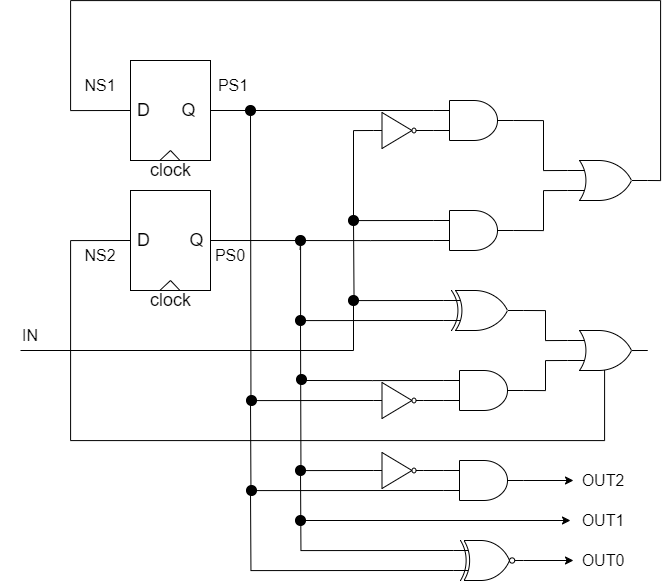
Before: blog/computer-base/Fundamentals-of-Computer-Architecture-and-Design/2/moore-machine-logic-circuit.png, a diagram exported from draw.io (zgjsxx/static-img-repo). Source tidied: cells renumbered, new cells last; positions are measured from the earlier drawing's top-left corner, leaving out a move shared by most shapes. Source of this version:
```xml
<mxGraphModel>
  <root>
    <mxCell id="0" />
    <mxCell id="1" parent="0" />
    <mxCell id="2" value="&lt;font style=&quot;font-size: 18px&quot;&gt;clock&lt;/font&gt;" style="text;html=1;align=center;verticalAlign=middle;fillColor=none;strokeColor=none;rounded=0;" parent="1" vertex="1">
      <mxGeometry x="140" y="160" width="60" height="20" as="geometry" />
    </mxCell>
    <mxCell id="3" style="rounded=0;whiteSpace=wrap;html=1;" parent="1" vertex="1">
      <mxGeometry x="130" y="60" width="80" height="100" as="geometry" />
    </mxCell>
    <mxCell id="4" value="&lt;font style=&quot;font-size: 18px&quot;&gt;D&lt;/font&gt;" style="text;html=1;align=center;verticalAlign=middle;fillColor=none;strokeColor=none;rounded=0;" parent="1" vertex="1">
      <mxGeometry x="128" y="100" width="30" height="20" as="geometry" />
    </mxCell>
    <mxCell id="5" value="&lt;font style=&quot;font-size: 18px&quot;&gt;Q&lt;/font&gt;" style="text;html=1;align=center;verticalAlign=middle;fillColor=none;strokeColor=none;rounded=0;" parent="1" vertex="1">
      <mxGeometry x="173" y="100" width="30" height="20" as="geometry" />
    </mxCell>
    <mxCell id="6" style="endArrow=none;html=1;rounded=0;entryX=0.369;entryY=0.998;entryDx=0;entryDy=0;entryPerimeter=0;exitX=0.5;exitY=0.9;exitDx=0;exitDy=0;exitPerimeter=0;" parent="1" edge="1" source="3" target="3">
      <mxGeometry relative="1" as="geometry" />
    </mxCell>
    <mxCell id="7" style="endArrow=none;html=1;rounded=0;entryX=0.62;entryY=1.001;entryDx=0;entryDy=0;entryPerimeter=0;" parent="1" edge="1" target="3">
      <mxGeometry relative="1" as="geometry">
        <mxPoint x="170" y="150" as="sourcePoint" />
      </mxGeometry>
    </mxCell>
    <mxCell id="8" style="endArrow=none;html=1;rounded=0;exitX=1;exitY=0.5;exitDx=0;exitDy=0;entryX=0;entryY=0.25;entryDx=0;entryDy=0;entryPerimeter=0;" parent="1" edge="1" source="3" target="12">
      <mxGeometry relative="1" as="geometry" />
    </mxCell>
    <mxCell id="9" style="endArrow=none;html=1;rounded=0;exitX=1;exitY=0.5;exitDx=0;exitDy=0;" parent="1" edge="1">
      <mxGeometry relative="1" as="geometry">
        <mxPoint x="416" y="130" as="sourcePoint" />
        <mxPoint x="433" y="130" as="targetPoint" />
      </mxGeometry>
    </mxCell>
    <mxCell id="10" style="edgeStyle=orthogonalEdgeStyle;rounded=0;jettySize=auto;html=1;exitX=1;exitY=0.5;exitDx=0;exitDy=0;exitPerimeter=0;entryX=0;entryY=0.5;entryDx=0;entryDy=0;endArrow=none;endFill=0;" parent="1" edge="1" source="11" target="3">
      <mxGeometry relative="1" as="geometry">
        <Array as="points">
          <mxPoint x="660" y="180" />
          <mxPoint x="660" />
          <mxPoint x="70" />
          <mxPoint x="70" y="110" />
        </Array>
      </mxGeometry>
    </mxCell>
    <mxCell id="11" style="verticalLabelPosition=bottom;shadow=0;dashed=0;align=center;html=1;verticalAlign=top;shape=mxgraph.electrical.logic_gates.logic_gate;operation=or;" parent="1" vertex="1">
      <mxGeometry x="567" y="160" width="80" height="40" as="geometry" />
    </mxCell>
    <mxCell id="12" style="verticalLabelPosition=bottom;shadow=0;dashed=0;align=center;html=1;verticalAlign=top;shape=mxgraph.electrical.logic_gates.logic_gate;operation=and;" parent="1" vertex="1">
      <mxGeometry x="433" y="100" width="80" height="40" as="geometry" />
    </mxCell>
    <mxCell id="13" style="verticalLabelPosition=bottom;shadow=0;dashed=0;align=center;html=1;verticalAlign=top;shape=mxgraph.electrical.logic_gates.logic_gate;operation=and;" parent="1" vertex="1">
      <mxGeometry x="433" y="210" width="80" height="40" as="geometry" />
    </mxCell>
    <mxCell id="14" style="edgeStyle=orthogonalEdgeStyle;rounded=0;jettySize=auto;html=1;exitX=1;exitY=0.5;exitDx=0;exitDy=0;exitPerimeter=0;entryX=0;entryY=0.25;entryDx=0;entryDy=0;entryPerimeter=0;endArrow=none;endFill=0;" parent="1" edge="1" source="12" target="11">
      <mxGeometry relative="1" as="geometry">
        <Array as="points">
          <mxPoint x="543" y="120" />
          <mxPoint x="543" y="170" />
        </Array>
      </mxGeometry>
    </mxCell>
    <mxCell id="15" style="edgeStyle=orthogonalEdgeStyle;rounded=0;jettySize=auto;html=1;exitX=1;exitY=0.5;exitDx=0;exitDy=0;exitPerimeter=0;entryX=0;entryY=0.75;entryDx=0;entryDy=0;entryPerimeter=0;endArrow=none;endFill=0;" parent="1" edge="1" source="13" target="11">
      <mxGeometry relative="1" as="geometry">
        <Array as="points">
          <mxPoint x="543" y="230" />
          <mxPoint x="543" y="190" />
        </Array>
      </mxGeometry>
    </mxCell>
    <mxCell id="16" style="verticalLabelPosition=bottom;shadow=0;dashed=0;align=center;html=1;verticalAlign=top;shape=mxgraph.electrical.logic_gates.inverter_2;" parent="1" vertex="1">
      <mxGeometry x="373" y="112" width="50" height="36" as="geometry" />
    </mxCell>
    <mxCell id="17" style="edgeStyle=orthogonalEdgeStyle;rounded=0;jettySize=auto;html=1;exitX=0;exitY=0.25;exitDx=0;exitDy=0;exitPerimeter=0;endArrow=none;endFill=0;" parent="1" edge="1" source="19">
      <mxGeometry relative="1" as="geometry">
        <mxPoint x="353" y="220" as="targetPoint" />
      </mxGeometry>
    </mxCell>
    <mxCell id="18" style="edgeStyle=orthogonalEdgeStyle;rounded=0;jettySize=auto;html=1;exitX=0;exitY=0.75;exitDx=0;exitDy=0;exitPerimeter=0;endArrow=none;endFill=0;entryX=0.456;entryY=1.449;entryDx=0;entryDy=0;entryPerimeter=0;" parent="1" edge="1" source="19" target="59">
      <mxGeometry relative="1" as="geometry">
        <Array as="points">
          <mxPoint x="300" y="320" />
          <mxPoint x="300" y="240" />
        </Array>
      </mxGeometry>
    </mxCell>
    <mxCell id="19" style="verticalLabelPosition=bottom;shadow=0;dashed=0;align=center;html=1;verticalAlign=top;shape=mxgraph.electrical.logic_gates.logic_gate;operation=xor;" parent="1" vertex="1">
      <mxGeometry x="443" y="290" width="80" height="40" as="geometry" />
    </mxCell>
    <mxCell id="20" value="&lt;font style=&quot;font-size: 18px&quot;&gt;clock&lt;/font&gt;" style="text;html=1;align=center;verticalAlign=middle;fillColor=none;strokeColor=none;rounded=0;" parent="1" vertex="1">
      <mxGeometry x="140" y="290" width="60" height="20" as="geometry" />
    </mxCell>
    <mxCell id="21" style="rounded=0;whiteSpace=wrap;html=1;" parent="1" vertex="1">
      <mxGeometry x="130" y="190" width="80" height="100" as="geometry" />
    </mxCell>
    <mxCell id="22" value="&lt;font style=&quot;font-size: 18px&quot;&gt;D&lt;/font&gt;" style="text;html=1;align=center;verticalAlign=middle;fillColor=none;strokeColor=none;rounded=0;" parent="1" vertex="1">
      <mxGeometry x="128" y="230" width="30" height="20" as="geometry" />
    </mxCell>
    <mxCell id="23" value="&lt;font style=&quot;font-size: 18px&quot;&gt;Q&lt;/font&gt;" style="text;html=1;align=center;verticalAlign=middle;fillColor=none;strokeColor=none;rounded=0;" parent="1" vertex="1">
      <mxGeometry x="181" y="230" width="30" height="20" as="geometry" />
    </mxCell>
    <mxCell id="24" style="endArrow=none;html=1;rounded=0;entryX=0.369;entryY=0.998;entryDx=0;entryDy=0;entryPerimeter=0;exitX=0.5;exitY=0.9;exitDx=0;exitDy=0;exitPerimeter=0;" parent="1" edge="1" source="21" target="21">
      <mxGeometry relative="1" as="geometry" />
    </mxCell>
    <mxCell id="25" style="endArrow=none;html=1;rounded=0;entryX=0.62;entryY=1.001;entryDx=0;entryDy=0;entryPerimeter=0;" parent="1" edge="1" target="21">
      <mxGeometry relative="1" as="geometry">
        <mxPoint x="170" y="280" as="sourcePoint" />
      </mxGeometry>
    </mxCell>
    <mxCell id="26" style="edgeStyle=orthogonalEdgeStyle;rounded=0;jettySize=auto;html=1;exitX=0;exitY=0.75;exitDx=0;exitDy=0;exitPerimeter=0;entryX=1;entryY=0.5;entryDx=0;entryDy=0;endArrow=none;endFill=0;" parent="1" edge="1" source="13" target="21">
      <mxGeometry relative="1" as="geometry">
        <Array as="points">
          <mxPoint x="370" y="240" />
          <mxPoint x="370" y="240" />
        </Array>
      </mxGeometry>
    </mxCell>
    <mxCell id="27" style="edgeStyle=orthogonalEdgeStyle;rounded=0;jettySize=auto;html=1;exitX=0;exitY=0.25;exitDx=0;exitDy=0;exitPerimeter=0;entryX=0;entryY=0.5;entryDx=0;entryDy=0;entryPerimeter=0;endArrow=none;endFill=0;" parent="1" edge="1" source="13" target="16">
      <mxGeometry relative="1" as="geometry" />
    </mxCell>
    <mxCell id="28" style="edgeStyle=orthogonalEdgeStyle;rounded=0;jettySize=auto;html=1;exitX=0;exitY=0.25;exitDx=0;exitDy=0;exitPerimeter=0;endArrow=none;endFill=0;" parent="1" edge="1" source="29">
      <mxGeometry relative="1" as="geometry">
        <mxPoint x="300" y="380" as="targetPoint" />
      </mxGeometry>
    </mxCell>
    <mxCell id="29" style="verticalLabelPosition=bottom;shadow=0;dashed=0;align=center;html=1;verticalAlign=top;shape=mxgraph.electrical.logic_gates.logic_gate;operation=and;" parent="1" vertex="1">
      <mxGeometry x="443" y="370" width="80" height="40" as="geometry" />
    </mxCell>
    <mxCell id="30" style="edgeStyle=orthogonalEdgeStyle;rounded=0;jettySize=auto;html=1;exitX=1;exitY=0.5;exitDx=0;exitDy=0;exitPerimeter=0;entryX=0;entryY=0.5;entryDx=0;entryDy=0;endArrow=none;endFill=0;" parent="1" edge="1" source="31" target="21">
      <mxGeometry relative="1" as="geometry">
        <Array as="points">
          <mxPoint x="604" y="350" />
          <mxPoint x="604" y="440" />
          <mxPoint x="70" y="440" />
          <mxPoint x="70" y="240" />
        </Array>
      </mxGeometry>
    </mxCell>
    <mxCell id="31" style="verticalLabelPosition=bottom;shadow=0;dashed=0;align=center;html=1;verticalAlign=top;shape=mxgraph.electrical.logic_gates.logic_gate;operation=or;" parent="1" vertex="1">
      <mxGeometry x="567" y="330" width="80" height="40" as="geometry" />
    </mxCell>
    <mxCell id="32" style="edgeStyle=orthogonalEdgeStyle;rounded=0;jettySize=auto;html=1;exitX=1;exitY=0.5;exitDx=0;exitDy=0;exitPerimeter=0;entryX=0;entryY=0.25;entryDx=0;entryDy=0;entryPerimeter=0;endArrow=none;endFill=0;" parent="1" edge="1" source="19" target="31">
      <mxGeometry relative="1" as="geometry" />
    </mxCell>
    <mxCell id="33" style="edgeStyle=orthogonalEdgeStyle;rounded=0;jettySize=auto;html=1;exitX=1;exitY=0.5;exitDx=0;exitDy=0;exitPerimeter=0;entryX=0;entryY=0.75;entryDx=0;entryDy=0;entryPerimeter=0;endArrow=none;endFill=0;" parent="1" edge="1" source="29" target="31">
      <mxGeometry relative="1" as="geometry" />
    </mxCell>
    <mxCell id="34" style="edgeStyle=orthogonalEdgeStyle;rounded=0;jettySize=auto;html=1;endArrow=none;endFill=0;exitX=0;exitY=0.5;exitDx=0;exitDy=0;exitPerimeter=0;" parent="1" edge="1" source="35">
      <mxGeometry relative="1" as="geometry">
        <mxPoint x="250" y="110" as="targetPoint" />
      </mxGeometry>
    </mxCell>
    <mxCell id="35" style="verticalLabelPosition=bottom;shadow=0;dashed=0;align=center;html=1;verticalAlign=top;shape=mxgraph.electrical.logic_gates.inverter_2;" parent="1" vertex="1">
      <mxGeometry x="373" y="382" width="50" height="36" as="geometry" />
    </mxCell>
    <mxCell id="36" style="edgeStyle=orthogonalEdgeStyle;rounded=0;jettySize=auto;html=1;exitX=0;exitY=0.75;exitDx=0;exitDy=0;exitPerimeter=0;entryX=1;entryY=0.5;entryDx=0;entryDy=0;entryPerimeter=0;endArrow=none;endFill=0;" parent="1" edge="1" source="29" target="35">
      <mxGeometry relative="1" as="geometry" />
    </mxCell>
    <mxCell id="37" style="edgeStyle=orthogonalEdgeStyle;rounded=0;jettySize=auto;html=1;exitX=1;exitY=0.5;exitDx=0;exitDy=0;exitPerimeter=0;entryX=0;entryY=0.5;entryDx=0;entryDy=0;" parent="1" edge="1" source="39" target="47">
      <mxGeometry relative="1" as="geometry" />
    </mxCell>
    <mxCell id="38" style="edgeStyle=orthogonalEdgeStyle;rounded=0;jettySize=auto;html=1;exitX=0;exitY=0.75;exitDx=0;exitDy=0;exitPerimeter=0;endArrow=none;endFill=0;" parent="1" edge="1" source="39">
      <mxGeometry relative="1" as="geometry">
        <mxPoint x="250" y="400" as="targetPoint" />
      </mxGeometry>
    </mxCell>
    <mxCell id="39" style="verticalLabelPosition=bottom;shadow=0;dashed=0;align=center;html=1;verticalAlign=top;shape=mxgraph.electrical.logic_gates.logic_gate;operation=and;" parent="1" vertex="1">
      <mxGeometry x="443" y="460" width="80" height="40" as="geometry" />
    </mxCell>
    <mxCell id="40" style="edgeStyle=orthogonalEdgeStyle;rounded=0;jettySize=auto;html=1;exitX=0;exitY=0.5;exitDx=0;exitDy=0;exitPerimeter=0;endArrow=none;endFill=0;" parent="1" edge="1" source="41">
      <mxGeometry relative="1" as="geometry">
        <mxPoint x="300" y="320" as="targetPoint" />
      </mxGeometry>
    </mxCell>
    <mxCell id="41" style="verticalLabelPosition=bottom;shadow=0;dashed=0;align=center;html=1;verticalAlign=top;shape=mxgraph.electrical.logic_gates.inverter_2;" parent="1" vertex="1">
      <mxGeometry x="373" y="452" width="50" height="36" as="geometry" />
    </mxCell>
    <mxCell id="42" style="edgeStyle=orthogonalEdgeStyle;rounded=0;jettySize=auto;html=1;exitX=0;exitY=0.25;exitDx=0;exitDy=0;exitPerimeter=0;entryX=1;entryY=0.5;entryDx=0;entryDy=0;entryPerimeter=0;endArrow=none;endFill=0;" parent="1" edge="1" source="39" target="41">
      <mxGeometry relative="1" as="geometry" />
    </mxCell>
    <mxCell id="43" style="edgeStyle=orthogonalEdgeStyle;rounded=0;jettySize=auto;html=1;exitX=1;exitY=0.5;exitDx=0;exitDy=0;exitPerimeter=0;entryX=0;entryY=0.5;entryDx=0;entryDy=0;" parent="1" edge="1" source="46" target="49">
      <mxGeometry relative="1" as="geometry" />
    </mxCell>
    <mxCell id="44" style="edgeStyle=orthogonalEdgeStyle;rounded=0;jettySize=auto;html=1;exitX=0;exitY=0.25;exitDx=0;exitDy=0;exitPerimeter=0;endArrow=none;endFill=0;" parent="1" edge="1" source="46">
      <mxGeometry relative="1" as="geometry">
        <mxPoint x="300" y="470" as="targetPoint" />
      </mxGeometry>
    </mxCell>
    <mxCell id="45" style="edgeStyle=orthogonalEdgeStyle;rounded=0;jettySize=auto;html=1;exitX=0;exitY=0.75;exitDx=0;exitDy=0;exitPerimeter=0;endArrow=none;endFill=0;" parent="1" edge="1" source="46">
      <mxGeometry relative="1" as="geometry">
        <mxPoint x="250" y="490" as="targetPoint" />
      </mxGeometry>
    </mxCell>
    <mxCell id="46" style="verticalLabelPosition=bottom;shadow=0;dashed=0;align=center;html=1;verticalAlign=top;shape=mxgraph.electrical.logic_gates.logic_gate;operation=xor;negating=1;negSize=0.15;" parent="1" vertex="1">
      <mxGeometry x="453" y="540" width="70" height="40" as="geometry" />
    </mxCell>
    <mxCell id="47" value="&lt;font style=&quot;font-size: 16px;&quot;&gt;OUT2&lt;/font&gt;" style="text;strokeColor=none;align=center;fillColor=none;html=1;verticalAlign=middle;whiteSpace=wrap;rounded=0;" parent="1" vertex="1">
      <mxGeometry x="573" y="465" width="60" height="30" as="geometry" />
    </mxCell>
    <mxCell id="48" value="&lt;font style=&quot;font-size: 16px;&quot;&gt;OUT1&lt;/font&gt;" style="text;strokeColor=none;align=center;fillColor=none;html=1;verticalAlign=middle;whiteSpace=wrap;rounded=0;" parent="1" vertex="1">
      <mxGeometry x="573" y="505" width="60" height="30" as="geometry" />
    </mxCell>
    <mxCell id="49" value="&lt;font style=&quot;font-size: 16px;&quot;&gt;OUT0&lt;/font&gt;" style="text;strokeColor=none;align=center;fillColor=none;html=1;verticalAlign=middle;whiteSpace=wrap;rounded=0;" parent="1" vertex="1">
      <mxGeometry x="573" y="545" width="60" height="30" as="geometry" />
    </mxCell>
    <mxCell id="50" value="&lt;font style=&quot;font-size: 16px;&quot;&gt;NS1&lt;/font&gt;" style="text;strokeColor=none;align=center;fillColor=none;html=1;verticalAlign=middle;whiteSpace=wrap;rounded=0;" parent="1" vertex="1">
      <mxGeometry x="70" y="70" width="60" height="30" as="geometry" />
    </mxCell>
    <mxCell id="51" value="&lt;font style=&quot;font-size: 16px;&quot;&gt;PS1&lt;/font&gt;" style="text;strokeColor=none;align=center;fillColor=none;html=1;verticalAlign=middle;whiteSpace=wrap;rounded=0;" parent="1" vertex="1">
      <mxGeometry x="203" y="70" width="60" height="30" as="geometry" />
    </mxCell>
    <mxCell id="52" value="&lt;font style=&quot;font-size: 16px;&quot;&gt;NS2&lt;/font&gt;" style="text;strokeColor=none;align=center;fillColor=none;html=1;verticalAlign=middle;whiteSpace=wrap;rounded=0;" parent="1" vertex="1">
      <mxGeometry x="70" y="240" width="60" height="30" as="geometry" />
    </mxCell>
    <mxCell id="53" value="&lt;font style=&quot;font-size: 16px;&quot;&gt;PS0&lt;/font&gt;" style="text;strokeColor=none;align=center;fillColor=none;html=1;verticalAlign=middle;whiteSpace=wrap;rounded=0;" parent="1" vertex="1">
      <mxGeometry x="200" y="240" width="60" height="30" as="geometry" />
    </mxCell>
    <mxCell id="54" style="endArrow=none;html=1;rounded=0;" parent="1" edge="1">
      <mxGeometry relative="1" as="geometry">
        <mxPoint x="20" y="350" as="sourcePoint" />
        <mxPoint x="353" y="350" as="targetPoint" />
      </mxGeometry>
    </mxCell>
    <mxCell id="55" value="&lt;font style=&quot;font-size: 16px;&quot;&gt;IN&lt;/font&gt;" style="text;strokeColor=none;align=center;fillColor=none;html=1;verticalAlign=middle;whiteSpace=wrap;rounded=0;" parent="1" vertex="1">
      <mxGeometry y="320" width="60" height="30" as="geometry" />
    </mxCell>
    <mxCell id="56" style="endArrow=classic;html=1;rounded=0;" parent="1" edge="1">
      <mxGeometry relative="1" as="geometry">
        <mxPoint x="300" y="520" as="sourcePoint" />
        <mxPoint x="570" y="520" as="targetPoint" />
      </mxGeometry>
    </mxCell>
    <mxCell id="57" style="ellipse;whiteSpace=wrap;html=1;fillColor=#000000;" parent="1" vertex="1">
      <mxGeometry x="245" y="105" width="10" height="10" as="geometry" />
    </mxCell>
    <mxCell id="58" style="ellipse;whiteSpace=wrap;html=1;fillColor=#000000;" parent="1" vertex="1">
      <mxGeometry x="348" y="215" width="10" height="10" as="geometry" />
    </mxCell>
    <mxCell id="59" style="ellipse;whiteSpace=wrap;html=1;fillColor=#000000;" parent="1" vertex="1">
      <mxGeometry x="295" y="235" width="10" height="10" as="geometry" />
    </mxCell>
    <mxCell id="60" style="ellipse;whiteSpace=wrap;html=1;fillColor=#000000;" parent="1" vertex="1">
      <mxGeometry x="348" y="295" width="10" height="10" as="geometry" />
    </mxCell>
    <mxCell id="61" style="ellipse;whiteSpace=wrap;html=1;fillColor=#000000;" parent="1" vertex="1">
      <mxGeometry x="295" y="315" width="10" height="10" as="geometry" />
    </mxCell>
    <mxCell id="62" style="ellipse;whiteSpace=wrap;html=1;fillColor=#000000;" parent="1" vertex="1">
      <mxGeometry x="246" y="395" width="10" height="10" as="geometry" />
    </mxCell>
    <mxCell id="63" style="ellipse;whiteSpace=wrap;html=1;fillColor=#000000;" parent="1" vertex="1">
      <mxGeometry x="246" y="485" width="10" height="10" as="geometry" />
    </mxCell>
    <mxCell id="64" style="ellipse;whiteSpace=wrap;html=1;fillColor=#000000;" parent="1" vertex="1">
      <mxGeometry x="295" y="465" width="10" height="10" as="geometry" />
    </mxCell>
    <mxCell id="65" style="ellipse;whiteSpace=wrap;html=1;fillColor=#000000;" parent="1" vertex="1">
      <mxGeometry x="295" y="515" width="10" height="10" as="geometry" />
    </mxCell>
    <mxCell id="66" style="endArrow=none;html=1;rounded=0;entryX=0.5;entryY=1;entryDx=0;entryDy=0;" parent="1" edge="1" target="60">
      <mxGeometry relative="1" as="geometry">
        <mxPoint x="353" y="350" as="sourcePoint" />
      </mxGeometry>
    </mxCell>
    <mxCell id="67" style="ellipse;whiteSpace=wrap;html=1;fillColor=#000000;" parent="1" vertex="1">
      <mxGeometry x="296" y="374" width="10" height="10" as="geometry" />
    </mxCell>
  </root>
</mxGraphModel>
```
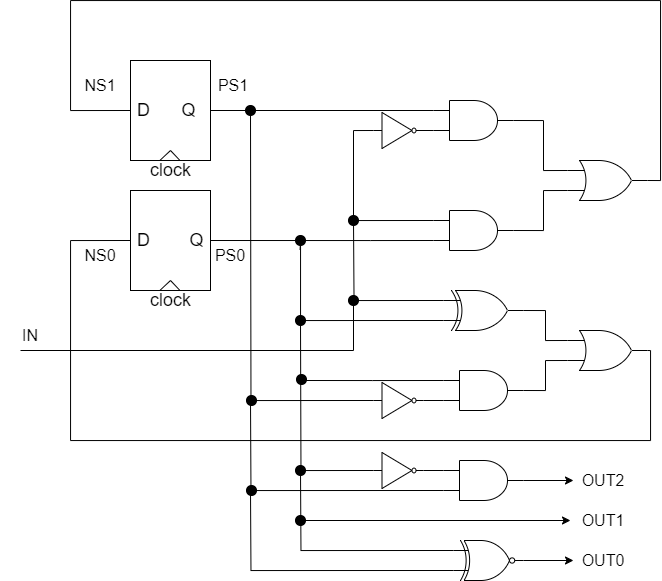
After the commit.

What changed in the source:
```diff
@@ -127,8 +127,8 @@
     <mxCell id="30" style="edgeStyle=orthogonalEdgeStyle;rounded=0;jettySize=auto;html=1;exitX=1;exitY=0.5;exitDx=0;exitDy=0;exitPerimeter=0;entryX=0;entryY=0.5;entryDx=0;entryDy=0;endArrow=none;endFill=0;" parent="1" edge="1" source="31" target="21">
       <mxGeometry relative="1" as="geometry">
         <Array as="points">
-          <mxPoint x="604" y="350" />
-          <mxPoint x="604" y="440" />
+          <mxPoint x="650" y="350" />
+          <mxPoint x="650" y="440" />
           <mxPoint x="70" y="440" />
           <mxPoint x="70" y="240" />
         </Array>
@@ -207,7 +207,7 @@
     <mxCell id="51" value="&lt;font style=&quot;font-size: 16px;&quot;&gt;PS1&lt;/font&gt;" style="text;strokeColor=none;align=center;fillColor=none;html=1;verticalAlign=middle;whiteSpace=wrap;rounded=0;" parent="1" vertex="1">
       <mxGeometry x="203" y="70" width="60" height="30" as="geometry" />
     </mxCell>
-    <mxCell id="52" value="&lt;font style=&quot;font-size: 16px;&quot;&gt;NS2&lt;/font&gt;" style="text;strokeColor=none;align=center;fillColor=none;html=1;verticalAlign=middle;whiteSpace=wrap;rounded=0;" parent="1" vertex="1">
+    <mxCell id="52" value="&lt;font style=&quot;font-size: 16px;&quot;&gt;NS0&lt;/font&gt;" style="text;strokeColor=none;align=center;fillColor=none;html=1;verticalAlign=middle;whiteSpace=wrap;rounded=0;" parent="1" vertex="1">
       <mxGeometry x="70" y="240" width="60" height="30" as="geometry" />
     </mxCell>
     <mxCell id="53" value="&lt;font style=&quot;font-size: 16px;&quot;&gt;PS0&lt;/font&gt;" style="text;strokeColor=none;align=center;fillColor=none;html=1;verticalAlign=middle;whiteSpace=wrap;rounded=0;" parent="1" vertex="1">
```
